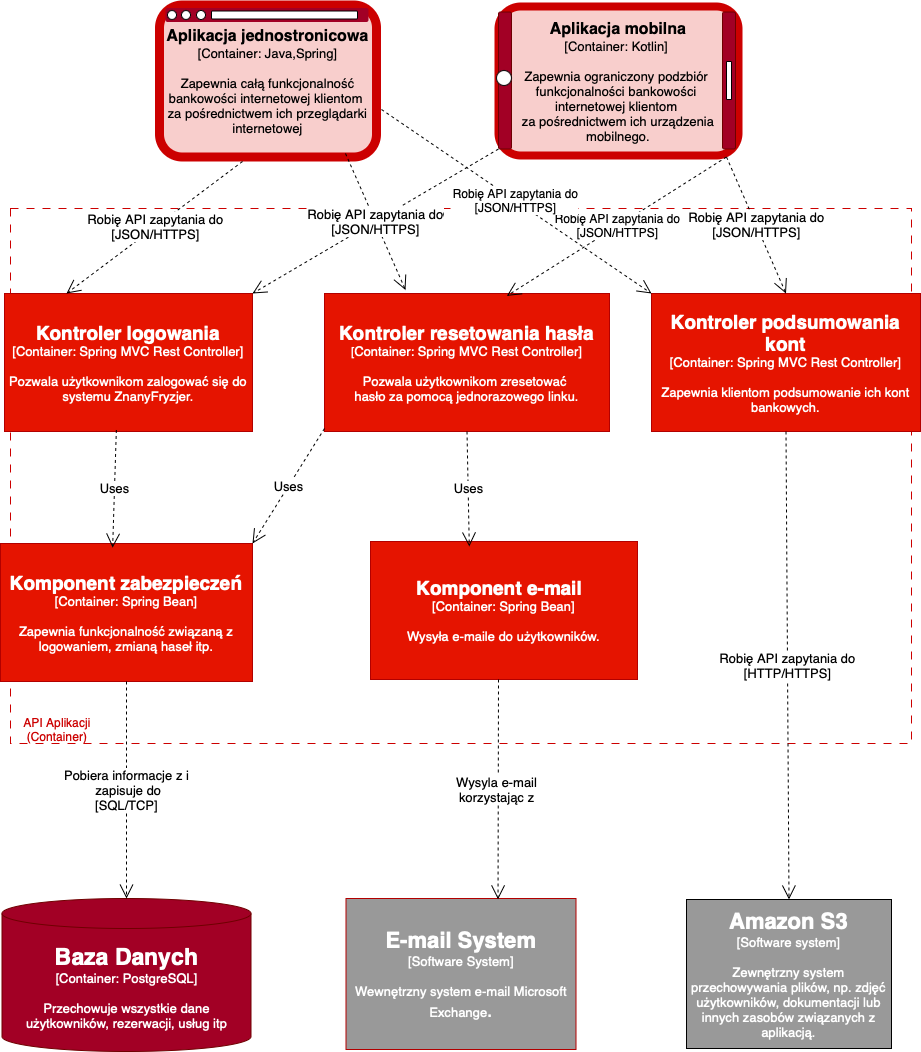
Above: Diagramy/ComponentDiagram.png in batushka11/IO (draw.io), before the change. Source tidied: cells renumbered, new cells last; positions are measured from the earlier drawing's top-left corner, leaving out a move shared by most shapes.
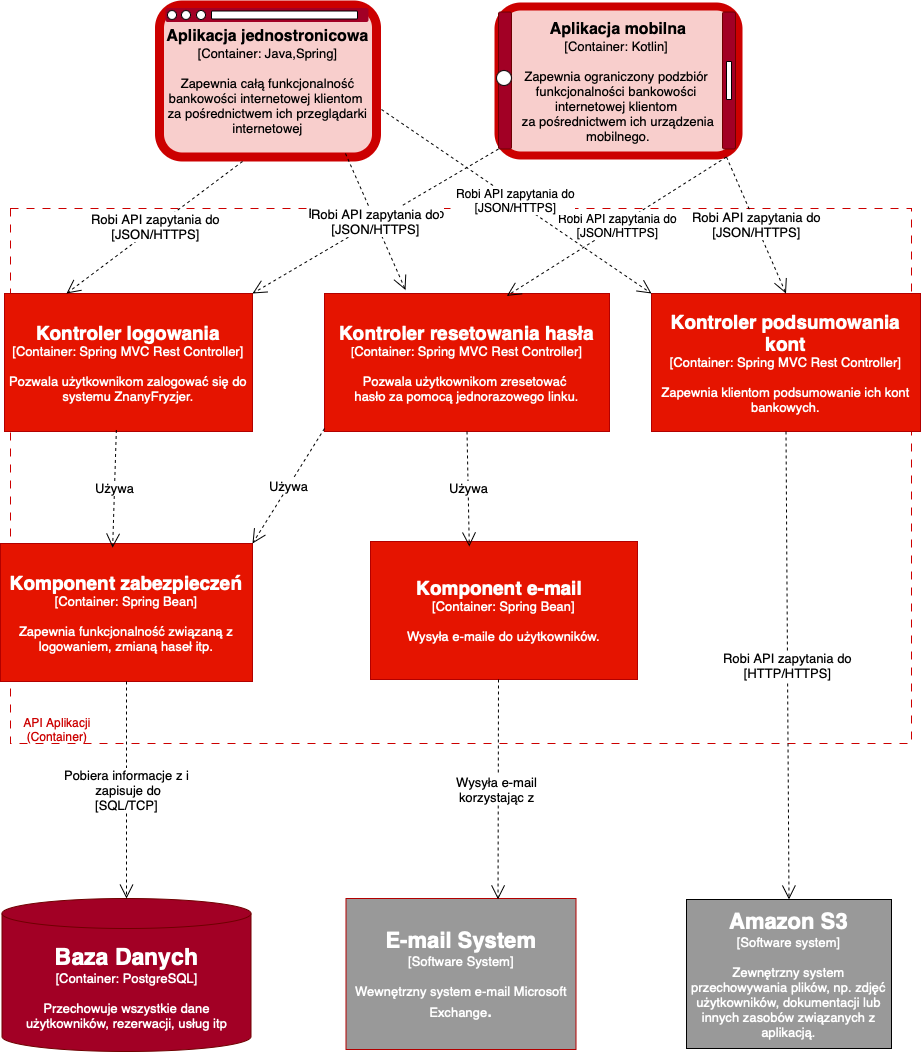
The same diagram one commit later.

Commit message:
fix: update text on component diagram

Diff of the diagram source:
```diff
@@ -62,10 +62,10 @@
     <mxCell id="21" value="&lt;font style=&quot;font-size: 22px;&quot;&gt;&lt;b&gt;E-mail System&lt;/b&gt;&lt;/font&gt;&lt;div&gt;&lt;font style=&quot;font-size: 13px;&quot;&gt;[Software System]&lt;/font&gt;&lt;/div&gt;&lt;div&gt;&lt;font style=&quot;font-size: 13px;&quot;&gt;&lt;br&gt;&lt;/font&gt;&lt;/div&gt;&lt;div&gt;&lt;font&gt;&lt;font style=&quot;font-size: 13px;&quot;&gt;Wewnętrzny system e-mail Microsoft Exchange&lt;/font&gt;&lt;font style=&quot;font-size: 19px;&quot;&gt;.&lt;/font&gt;&lt;br&gt;&lt;/font&gt;&lt;/div&gt;" style="rounded=0;whiteSpace=wrap;html=1;fillColor=#999999;fontColor=#ffffff;strokeColor=#B20000;" parent="1" vertex="1">
       <mxGeometry x="345.5" y="894" width="230" height="151" as="geometry" />
     </mxCell>
-    <mxCell id="22" value="&lt;font style=&quot;font-size: 13px;&quot;&gt;Robię API zapytania do&lt;/font&gt;&lt;div&gt;&lt;font style=&quot;font-size: 13px;&quot;&gt;[HTTP/HTTPS]&lt;/font&gt;&lt;/div&gt;" style="endArrow=open;endSize=12;dashed=1;html=1;rounded=0;entryX=0.5;entryY=0;entryDx=0;entryDy=0;exitX=0.5;exitY=1;exitDx=0;exitDy=0;" parent="1" edge="1" source="16" target="19">
+    <mxCell id="22" value="&lt;font style=&quot;font-size: 13px;&quot;&gt;Robi API zapytania do&lt;/font&gt;&lt;div&gt;&lt;font style=&quot;font-size: 13px;&quot;&gt;[HTTP/HTTPS]&lt;/font&gt;&lt;/div&gt;" style="endArrow=open;endSize=12;dashed=1;html=1;rounded=0;entryX=0.5;entryY=0;entryDx=0;entryDy=0;exitX=0.5;exitY=1;exitDx=0;exitDy=0;" parent="1" edge="1" source="16" target="19">
       <mxGeometry relative="1" as="geometry" />
     </mxCell>
-    <mxCell id="23" value="&lt;font style=&quot;font-size: 13px;&quot;&gt;Robię API zapytania do&lt;/font&gt;&lt;div&gt;&lt;font style=&quot;font-size: 13px;&quot;&gt;[JSON/HTTPS]&lt;/font&gt;&lt;/div&gt;" style="endArrow=open;endSize=12;dashed=1;html=1;rounded=0;entryX=0.5;entryY=0;entryDx=0;entryDy=0;" parent="1" edge="1" target="16">
+    <mxCell id="23" value="&lt;font style=&quot;font-size: 13px;&quot;&gt;Robi API zapytania do&lt;/font&gt;&lt;div&gt;&lt;font style=&quot;font-size: 13px;&quot;&gt;[JSON/HTTPS]&lt;/font&gt;&lt;/div&gt;" style="endArrow=open;endSize=12;dashed=1;html=1;rounded=0;entryX=0.5;entryY=0;entryDx=0;entryDy=0;" parent="1" edge="1" target="16">
       <mxGeometry relative="1" as="geometry">
         <mxPoint x="726" y="152.5" as="sourcePoint" />
       </mxGeometry>
@@ -75,34 +75,34 @@
         <mxPoint x="498" y="144.5" as="sourcePoint" />
       </mxGeometry>
     </mxCell>
-    <mxCell id="25" value="&lt;font style=&quot;font-size: 12px;&quot;&gt;Robię API zapytania do&lt;/font&gt;&lt;div&gt;&lt;font style=&quot;font-size: 12px;&quot;&gt;[JSON/HTTPS]&lt;/font&gt;&lt;/div&gt;" style="endArrow=open;endSize=12;dashed=1;html=1;rounded=0;entryX=0.64;entryY=0.017;entryDx=0;entryDy=0;entryPerimeter=0;" parent="1" edge="1" target="15">
+    <mxCell id="25" value="&lt;font style=&quot;font-size: 12px;&quot;&gt;Robi API zapytania do&lt;/font&gt;&lt;div&gt;&lt;font style=&quot;font-size: 12px;&quot;&gt;[JSON/HTTPS]&lt;/font&gt;&lt;/div&gt;" style="endArrow=open;endSize=12;dashed=1;html=1;rounded=0;entryX=0.64;entryY=0.017;entryDx=0;entryDy=0;entryPerimeter=0;" parent="1" edge="1" target="15">
       <mxGeometry relative="1" as="geometry">
         <mxPoint x="726" y="152.5" as="sourcePoint" />
       </mxGeometry>
     </mxCell>
-    <mxCell id="26" value="&lt;font style=&quot;font-size: 13px;&quot;&gt;Robię API zapytania do&lt;/font&gt;&lt;div&gt;&lt;font style=&quot;font-size: 13px;&quot;&gt;[JSON/HTTPS]&lt;/font&gt;&lt;/div&gt;" style="endArrow=open;endSize=12;dashed=1;html=1;rounded=0;entryX=0.25;entryY=0;entryDx=0;entryDy=0;" parent="1" edge="1" target="14">
+    <mxCell id="26" value="&lt;font style=&quot;font-size: 13px;&quot;&gt;Robi API zapytania do&lt;/font&gt;&lt;div&gt;&lt;font style=&quot;font-size: 13px;&quot;&gt;[JSON/HTTPS]&lt;/font&gt;&lt;/div&gt;" style="endArrow=open;endSize=12;dashed=1;html=1;rounded=0;entryX=0.25;entryY=0;entryDx=0;entryDy=0;" parent="1" edge="1" target="14">
       <mxGeometry relative="1" as="geometry">
         <mxPoint x="242" y="157" as="sourcePoint" />
       </mxGeometry>
     </mxCell>
-    <mxCell id="27" value="&lt;font style=&quot;font-size: 13px;&quot;&gt;Robię API zapytania do&lt;/font&gt;&lt;div&gt;&lt;font style=&quot;font-size: 13px;&quot;&gt;[JSON/HTTPS]&lt;/font&gt;&lt;/div&gt;" style="endArrow=open;endSize=12;dashed=1;html=1;rounded=0;entryX=0.5;entryY=0;entryDx=0;entryDy=0;" parent="1" edge="1">
+    <mxCell id="27" value="&lt;font style=&quot;font-size: 13px;&quot;&gt;Robi API zapytania do&lt;/font&gt;&lt;div&gt;&lt;font style=&quot;font-size: 13px;&quot;&gt;[JSON/HTTPS]&lt;/font&gt;&lt;/div&gt;" style="endArrow=open;endSize=12;dashed=1;html=1;rounded=0;entryX=0.5;entryY=0;entryDx=0;entryDy=0;" parent="1" edge="1">
       <mxGeometry relative="1" as="geometry">
         <mxPoint x="345" y="149" as="sourcePoint" />
         <mxPoint x="405" y="285.5" as="targetPoint" />
       </mxGeometry>
     </mxCell>
-    <mxCell id="28" value="&lt;font style=&quot;font-size: 12px;&quot;&gt;Robię API zapytania do&lt;/font&gt;&lt;div&gt;&lt;font style=&quot;font-size: 12px;&quot;&gt;[JSON/HTTPS]&lt;/font&gt;&lt;/div&gt;" style="endArrow=open;endSize=12;dashed=1;html=1;rounded=0;entryX=0;entryY=0;entryDx=0;entryDy=0;" parent="1" edge="1" target="16">
+    <mxCell id="28" value="&lt;font style=&quot;font-size: 12px;&quot;&gt;Robi API zapytania do&lt;/font&gt;&lt;div&gt;&lt;font style=&quot;font-size: 12px;&quot;&gt;[JSON/HTTPS]&lt;/font&gt;&lt;/div&gt;" style="endArrow=open;endSize=12;dashed=1;html=1;rounded=0;entryX=0;entryY=0;entryDx=0;entryDy=0;" parent="1" edge="1" target="16">
       <mxGeometry x="-0.01" relative="1" as="geometry">
         <mxPoint x="381" y="105" as="sourcePoint" />
       </mxGeometry>
     </mxCell>
-    <mxCell id="29" value="&lt;font style=&quot;font-size: 13px;&quot;&gt;Uses&lt;/font&gt;" style="endArrow=open;endSize=12;dashed=1;html=1;rounded=0;entryX=0.445;entryY=0.03;entryDx=0;entryDy=0;entryPerimeter=0;exitX=0.451;exitY=0.989;exitDx=0;exitDy=0;exitPerimeter=0;" parent="1" edge="1" source="14" target="17">
+    <mxCell id="29" value="&lt;font style=&quot;font-size: 13px;&quot;&gt;Używa&lt;/font&gt;" style="endArrow=open;endSize=12;dashed=1;html=1;rounded=0;entryX=0.445;entryY=0.03;entryDx=0;entryDy=0;entryPerimeter=0;exitX=0.451;exitY=0.989;exitDx=0;exitDy=0;exitPerimeter=0;" parent="1" edge="1" source="14" target="17">
       <mxGeometry relative="1" as="geometry" />
     </mxCell>
-    <mxCell id="30" value="&lt;font style=&quot;font-size: 13px;&quot;&gt;Uses&lt;/font&gt;" style="endArrow=open;endSize=12;dashed=1;html=1;rounded=0;entryX=0.37;entryY=0.036;entryDx=0;entryDy=0;entryPerimeter=0;exitX=0.5;exitY=1;exitDx=0;exitDy=0;" parent="1" edge="1" source="15" target="18">
+    <mxCell id="30" value="&lt;font size=&quot;2&quot;&gt;Używa&lt;/font&gt;" style="endArrow=open;endSize=12;dashed=1;html=1;rounded=0;entryX=0.37;entryY=0.036;entryDx=0;entryDy=0;entryPerimeter=0;exitX=0.5;exitY=1;exitDx=0;exitDy=0;" parent="1" edge="1" source="15" target="18">
       <mxGeometry relative="1" as="geometry" />
     </mxCell>
-    <mxCell id="31" value="&lt;font style=&quot;font-size: 13px;&quot;&gt;Uses&lt;/font&gt;" style="endArrow=open;endSize=12;dashed=1;html=1;rounded=0;entryX=1;entryY=0;entryDx=0;entryDy=0;exitX=0.5;exitY=1;exitDx=0;exitDy=0;" parent="1" edge="1" target="17">
+    <mxCell id="31" value="&lt;font style=&quot;font-size: 13px;&quot;&gt;Używa&lt;/font&gt;" style="endArrow=open;endSize=12;dashed=1;html=1;rounded=0;entryX=1;entryY=0;entryDx=0;entryDy=0;exitX=0.5;exitY=1;exitDx=0;exitDy=0;" parent="1" edge="1" target="17">
       <mxGeometry relative="1" as="geometry">
         <mxPoint x="324" y="424" as="sourcePoint" />
       </mxGeometry>
@@ -110,7 +110,7 @@
     <mxCell id="32" value="&lt;font style=&quot;font-size: 13px;&quot;&gt;Pobiera informacje z i&lt;/font&gt;&lt;div&gt;&lt;font style=&quot;font-size: 13px;&quot;&gt;&amp;nbsp;zapisuje do&lt;/font&gt;&lt;/div&gt;&lt;div&gt;&lt;font style=&quot;font-size: 13px;&quot;&gt;[SQL/TCP]&lt;/font&gt;&lt;/div&gt;" style="endArrow=open;endSize=12;dashed=1;html=1;rounded=0;entryX=0.5;entryY=0;entryDx=0;entryDy=0;entryPerimeter=0;exitX=0.5;exitY=1;exitDx=0;exitDy=0;" parent="1" edge="1" source="17" target="20">
       <mxGeometry relative="1" as="geometry" />
     </mxCell>
-    <mxCell id="33" value="&lt;font style=&quot;font-size: 13px;&quot;&gt;Wysyla e-mail&amp;nbsp;&lt;/font&gt;&lt;div&gt;&lt;font style=&quot;font-size: 13px;&quot;&gt;korzystając z&amp;nbsp;&lt;/font&gt;&lt;/div&gt;" style="endArrow=open;endSize=12;dashed=1;html=1;rounded=0;entryX=0.661;entryY=0.006;entryDx=0;entryDy=0;entryPerimeter=0;" parent="1" edge="1" target="21">
+    <mxCell id="33" value="&lt;font style=&quot;font-size: 13px;&quot;&gt;Wysyła e-mail&amp;nbsp;&lt;/font&gt;&lt;div&gt;&lt;font style=&quot;font-size: 13px;&quot;&gt;korzystając z&amp;nbsp;&lt;/font&gt;&lt;/div&gt;" style="endArrow=open;endSize=12;dashed=1;html=1;rounded=0;entryX=0.661;entryY=0.006;entryDx=0;entryDy=0;entryPerimeter=0;" parent="1" edge="1" target="21">
       <mxGeometry relative="1" as="geometry">
         <mxPoint x="498" y="675" as="sourcePoint" />
       </mxGeometry>
```
